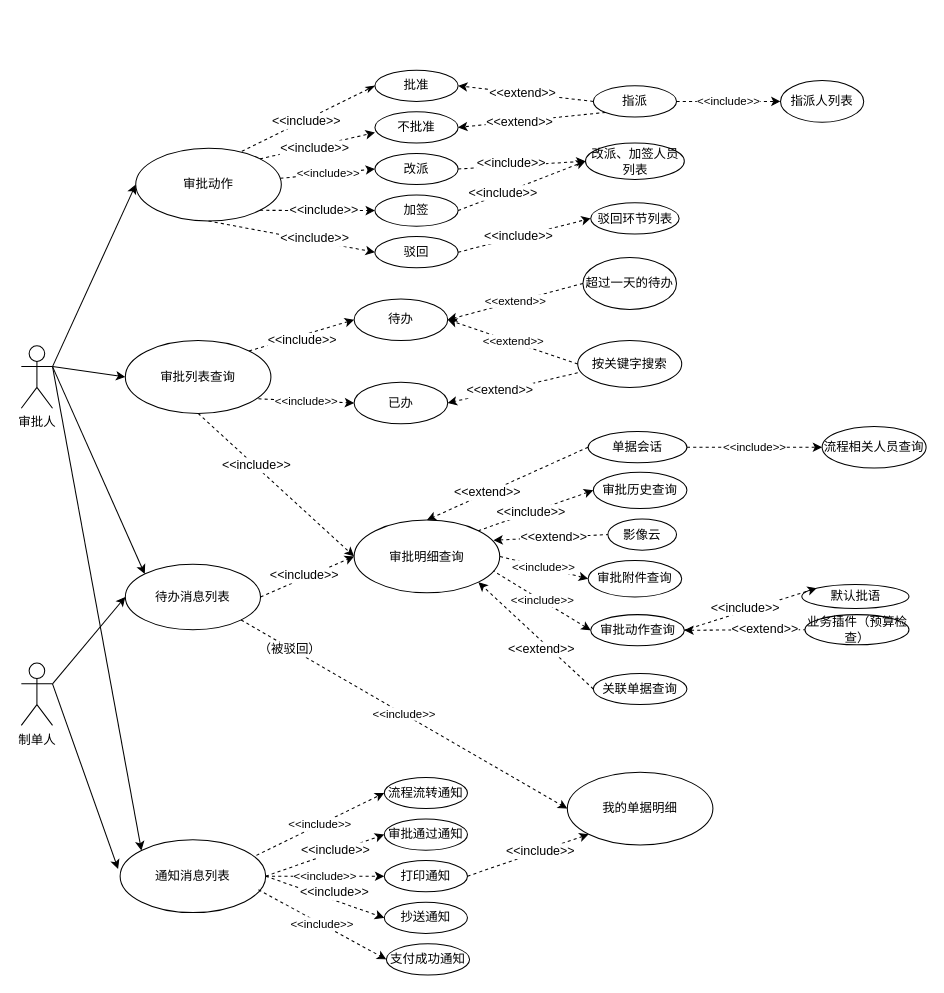
Earlier version of the draw.io diagram 友报账审批用例.drawio (zhangjqh/ybz-graphs). Source tidied: cells renumbered, new cells numbered last; positions are measured from the earlier drawing's top-left corner, leaving out a move shared by most shapes. Both pictures are drawn from the tidied source at 104%, with x=0, y=0 at pixel (21, 70).
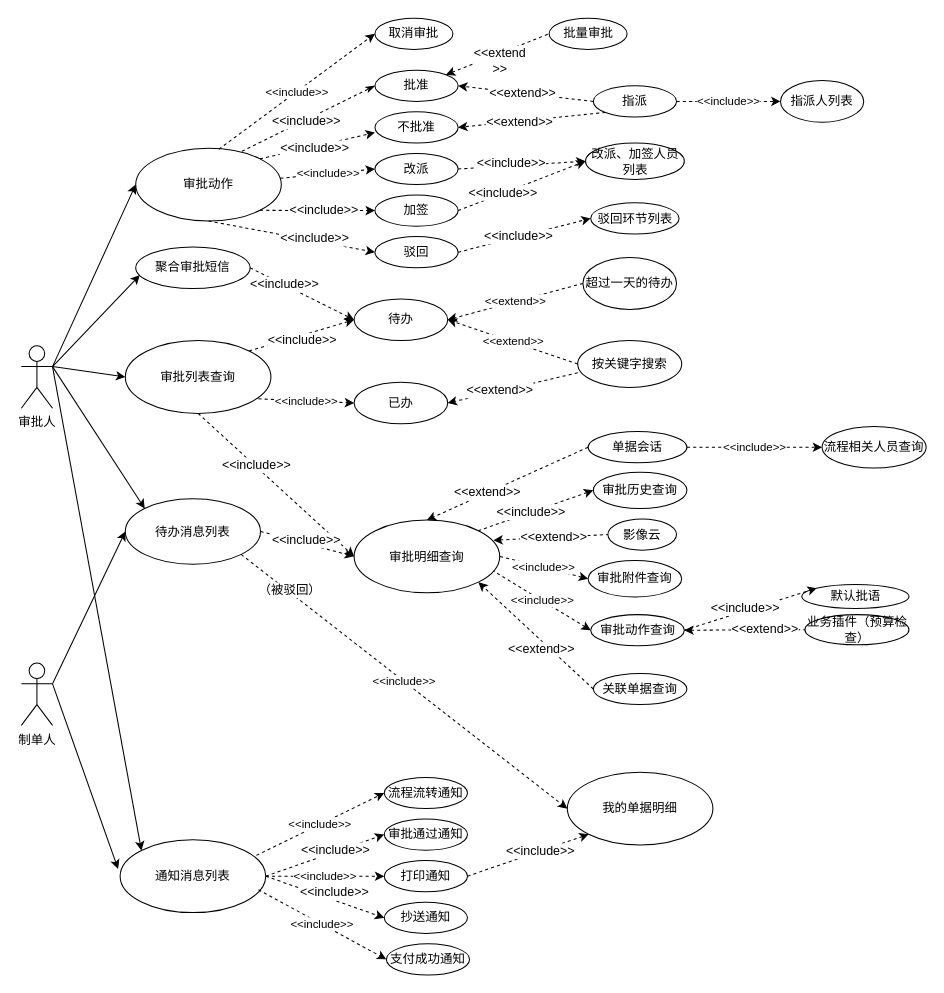
The same diagram, later.

Commit message:
更新友报账审批用例.drawio

Unchanged cells that the change refers to:
```xml
<mxCell id="2" value="审批人" style="shape=umlActor;verticalLabelPosition=bottom;labelBackgroundColor=#ffffff;verticalAlign=top;html=1;" parent="1" vertex="1">
  <mxGeometry y="265" width="30" height="60" as="geometry" />
</mxCell>
<mxCell id="3" value="审批动作&lt;br&gt;" style="ellipse;whiteSpace=wrap;html=1;" parent="1" vertex="1">
  <mxGeometry x="110" y="75" width="140" height="70" as="geometry" />
</mxCell>
<mxCell id="4" value="批准&lt;br&gt;" style="ellipse;whiteSpace=wrap;html=1;" parent="1" vertex="1">
  <mxGeometry x="340" width="80" height="30" as="geometry" />
</mxCell>
<mxCell id="34" value="待办" style="ellipse;whiteSpace=wrap;html=1;" parent="1" vertex="1">
  <mxGeometry x="320" y="220" width="90" height="40" as="geometry" />
</mxCell>
```

Change to the diagram source:
```diff
@@
     <mxCell id="52" value="待办消息列表" style="ellipse;whiteSpace=wrap;html=1;" parent="1" vertex="1">
-      <mxGeometry x="100" y="475" width="130" height="63" as="geometry" />
+      <mxGeometry x="100" y="412" width="130" height="63" as="geometry" />
     </mxCell>
@@
+    <mxCell id="100" value="取消审批" style="ellipse;whiteSpace=wrap;html=1;" parent="1" vertex="1">
+      <mxGeometry x="340" y="-50" width="75" height="30" as="geometry" />
+    </mxCell>
+    <mxCell id="101" value="&amp;lt;&amp;lt;include&amp;gt;&amp;gt;" style="endArrow=classic;dashed=1;html=1;entryX=0;entryY=0.5;entryDx=0;entryDy=0;exitX=0.571;exitY=0.014;exitDx=0;exitDy=0;exitPerimeter=0;endFill=1;" parent="1" edge="1" source="3" target="100">
+      <mxGeometry relative="1" as="geometry" />
+    </mxCell>
+    <mxCell id="102" value="批量审批" style="ellipse;whiteSpace=wrap;html=1;" parent="1" vertex="1">
+      <mxGeometry x="507.5" y="-50" width="75" height="30" as="geometry" />
+    </mxCell>
+    <mxCell id="103" style="endArrow=none;dashed=1;html=1;exitX=1;exitY=0;exitDx=0;exitDy=0;entryX=0;entryY=0.5;entryDx=0;entryDy=0;startArrow=classic;startFill=1;" parent="1" edge="1" source="4" target="102">
+      <mxGeometry relative="1" as="geometry" />
+    </mxCell>
+    <mxCell id="104" value="&amp;lt;&amp;lt;extend&lt;br&gt;&amp;gt;&amp;gt;" style="text;html=1;align=center;verticalAlign=middle;labelBackgroundColor=#ffffff;" parent="103" vertex="1">
+      <mxGeometry x="0.26" relative="1" as="geometry">
+        <mxPoint x="-11.5" y="10.5" as="offset" />
+      </mxGeometry>
+    </mxCell>
+    <mxCell id="105" value="聚合审批短信" style="ellipse;whiteSpace=wrap;html=1;" parent="1" vertex="1">
+      <mxGeometry x="110" y="170" width="110" height="40" as="geometry" />
+    </mxCell>
+    <mxCell id="106" style="endArrow=none;html=1;entryX=1;entryY=0.3333333333333333;entryDx=0;entryDy=0;entryPerimeter=0;exitX=0.036;exitY=0.675;exitDx=0;exitDy=0;endFill=0;startArrow=classic;startFill=1;exitPerimeter=0;" parent="1" edge="1" source="105" target="2">
+      <mxGeometry relative="1" as="geometry" />
+    </mxCell>
+    <mxCell id="107" style="endArrow=classic;dashed=1;html=1;entryX=0;entryY=0.5;entryDx=0;entryDy=0;exitX=1;exitY=0.5;exitDx=0;exitDy=0;endFill=1;" parent="1" edge="1" source="105" target="34">
+      <mxGeometry relative="1" as="geometry" />
+    </mxCell>
+    <mxCell id="108" value="&amp;lt;&amp;lt;include&amp;gt;&amp;gt;" style="text;html=1;align=center;verticalAlign=middle;labelBackgroundColor=#ffffff;" parent="107" vertex="1">
+      <mxGeometry x="-0.38" relative="1" as="geometry">
+        <mxPoint x="1" as="offset" />
+      </mxGeometry>
+    </mxCell>
```
